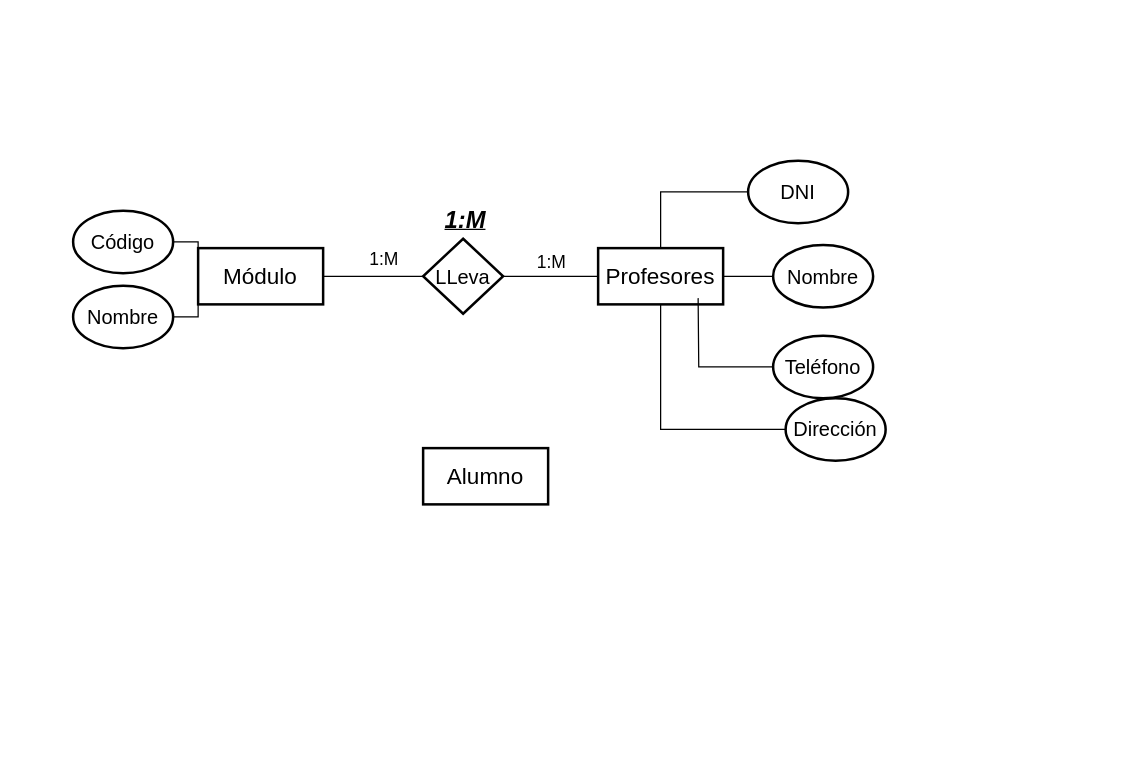
Above: page "Page-2" (2 of 3) of Leccion.drawio in NestorLozada/Periodo2020-2 (draw.io), before the change. Source tidied: cells renumbered, new cells numbered last; positions are measured from the earlier drawing's top-left corner, leaving out a move shared by most shapes. Both pictures are drawn from the tidied source at 125%, with x=0, y=0 at pixel (72, 160).
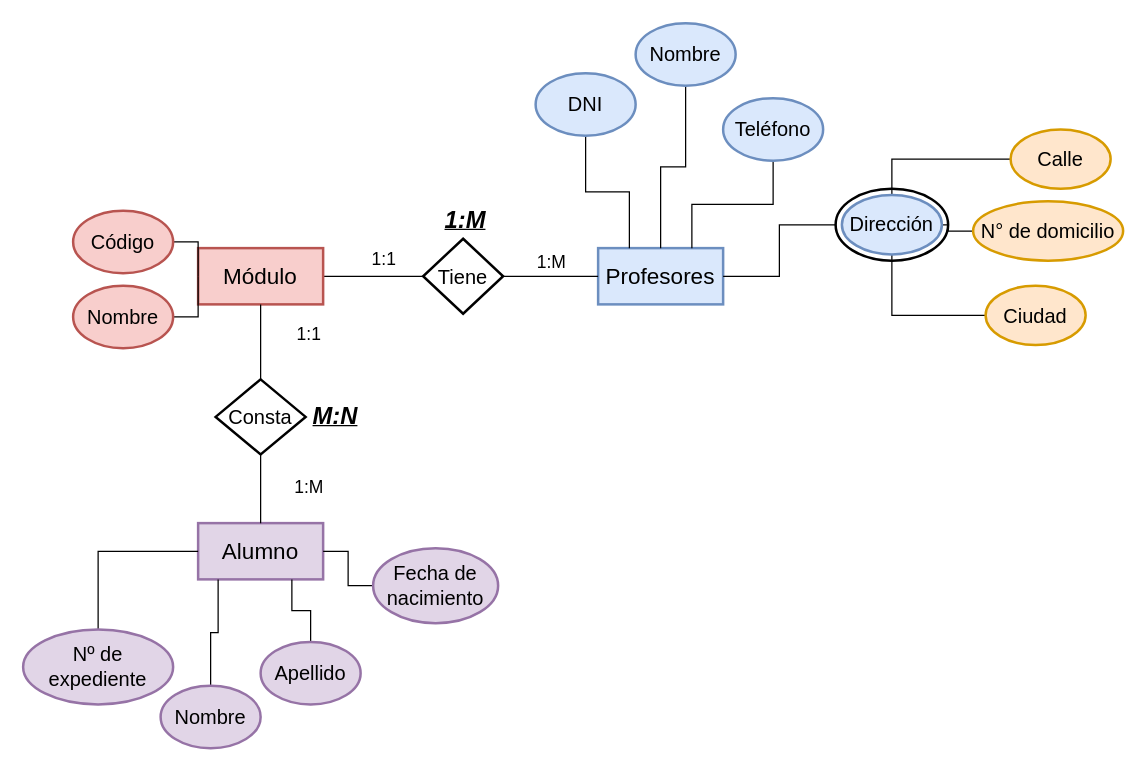
After the change.

Change to the diagram source:
```diff
@@
-    <mxCell id="2" value="Profesores" style="rounded=0;whiteSpace=wrap;html=1;fontSize=18;strokeWidth=2;" parent="1" vertex="1">
+    <mxCell id="2" value="Profesores" style="rounded=0;whiteSpace=wrap;html=1;fontSize=18;strokeWidth=2;fillColor=#dae8fc;strokeColor=#6c8ebf;" parent="1" vertex="1">
       <mxGeometry x="420" y="70" width="100" height="45" as="geometry" />
     </mxCell>
@@
-    <mxCell id="5" value="LLeva" style="rhombus;whiteSpace=wrap;html=1;fontSize=16;strokeWidth=2;" parent="1" vertex="1">
+    <mxCell id="5" value="Tiene" style="rhombus;whiteSpace=wrap;html=1;fontSize=16;strokeWidth=2;" parent="1" vertex="1">
       <mxGeometry x="280" y="62.5" width="64" height="60" as="geometry" />
     </mxCell>
@@
-    <mxCell id="7" value="Dirección" style="ellipse;whiteSpace=wrap;html=1;fontSize=16;strokeWidth=2;" parent="1" vertex="1">
-      <mxGeometry x="570" y="190" width="80" height="50" as="geometry" />
+    <mxCell id="7" style="ellipse;whiteSpace=wrap;html=1;fontSize=16;strokeWidth=2;" parent="1" vertex="1">
+      <mxGeometry x="610" y="22.5" width="90" height="57.5" as="geometry" />
     </mxCell>
-    <mxCell id="8" value="Alumno" style="rounded=0;whiteSpace=wrap;html=1;fontSize=18;strokeWidth=2;" parent="1" vertex="1">
-      <mxGeometry x="280" y="230" width="100" height="45" as="geometry" />
+    <mxCell id="8" value="Alumno" style="rounded=0;whiteSpace=wrap;html=1;fontSize=18;strokeWidth=2;fillColor=#e1d5e7;strokeColor=#9673a6;" parent="1" vertex="1">
+      <mxGeometry x="100" y="290" width="100" height="45" as="geometry" />
     </mxCell>
-    <mxCell id="9" value="Módulo" style="rounded=0;whiteSpace=wrap;html=1;fontSize=18;strokeWidth=2;" parent="1" vertex="1">
+    <mxCell id="9" value="Módulo" style="rounded=0;whiteSpace=wrap;html=1;fontSize=18;strokeWidth=2;fillColor=#f8cecc;strokeColor=#b85450;" parent="1" vertex="1">
       <mxGeometry x="100" y="70" width="100" height="45" as="geometry" />
     </mxCell>
@@
-    <mxCell id="11" value="Nombre" style="ellipse;whiteSpace=wrap;html=1;fontSize=16;strokeWidth=2;" parent="1" vertex="1">
-      <mxGeometry x="560" y="67.5" width="80" height="50" as="geometry" />
+    <mxCell id="11" value="Nombre" style="ellipse;whiteSpace=wrap;html=1;fontSize=16;strokeWidth=2;fillColor=#dae8fc;strokeColor=#6c8ebf;" parent="1" vertex="1">
+      <mxGeometry x="450" y="-110" width="80" height="50" as="geometry" />
     </mxCell>
-    <mxCell id="12" style="edgeStyle=orthogonalEdgeStyle;rounded=0;jettySize=auto;html=1;fontSize=14;endArrow=none;endFill=0;" parent="1" edge="1" source="13" target="2">
+    <mxCell id="12" style="edgeStyle=orthogonalEdgeStyle;rounded=0;jettySize=auto;html=1;fontSize=14;endArrow=none;endFill=0;entryX=0.25;entryY=0;entryDx=0;entryDy=0;" parent="1" edge="1" source="13" target="2">
       <mxGeometry relative="1" as="geometry" />
     </mxCell>
-    <mxCell id="13" value="DNI" style="ellipse;whiteSpace=wrap;html=1;fontSize=16;strokeWidth=2;" parent="1" vertex="1">
-      <mxGeometry x="540" width="80" height="50" as="geometry" />
+    <mxCell id="13" value="DNI" style="ellipse;whiteSpace=wrap;html=1;fontSize=16;strokeWidth=2;fillColor=#dae8fc;strokeColor=#6c8ebf;" parent="1" vertex="1">
+      <mxGeometry x="370" y="-70" width="80" height="50" as="geometry" />
     </mxCell>
@@
-    <mxCell id="15" value="Nombre" style="ellipse;whiteSpace=wrap;html=1;fontSize=16;strokeWidth=2;" parent="1" vertex="1">
+    <mxCell id="15" value="Nombre" style="ellipse;whiteSpace=wrap;html=1;fontSize=16;strokeWidth=2;fillColor=#f8cecc;strokeColor=#b85450;" parent="1" vertex="1">
       <mxGeometry y="100" width="80" height="50" as="geometry" />
     </mxCell>
@@
-    <mxCell id="17" value="Código" style="ellipse;whiteSpace=wrap;html=1;fontSize=16;strokeWidth=2;" parent="1" vertex="1">
+    <mxCell id="17" value="Código" style="ellipse;whiteSpace=wrap;html=1;fontSize=16;strokeWidth=2;fillColor=#f8cecc;strokeColor=#b85450;" parent="1" vertex="1">
       <mxGeometry y="40" width="80" height="50" as="geometry" />
     </mxCell>
-    <mxCell id="18" style="edgeStyle=orthogonalEdgeStyle;rounded=0;jettySize=auto;html=1;fontSize=14;endArrow=none;endFill=0;" parent="1" edge="1" source="19">
-      <mxGeometry relative="1" as="geometry">
-        <mxPoint x="500" y="110" as="targetPoint" />
-      </mxGeometry>
+    <mxCell id="18" style="edgeStyle=orthogonalEdgeStyle;rounded=0;jettySize=auto;html=1;fontSize=14;endArrow=none;endFill=0;entryX=0.75;entryY=0;entryDx=0;entryDy=0;" parent="1" edge="1" source="19" target="2">
+      <mxGeometry relative="1" as="geometry" />
     </mxCell>
-    <mxCell id="19" value="Teléfono" style="ellipse;whiteSpace=wrap;html=1;fontSize=16;strokeWidth=2;" parent="1" vertex="1">
-      <mxGeometry x="560" y="140" width="80" height="50" as="geometry" />
+    <mxCell id="19" value="Teléfono" style="ellipse;whiteSpace=wrap;html=1;fontSize=16;strokeWidth=2;fillColor=#dae8fc;strokeColor=#6c8ebf;" parent="1" vertex="1">
+      <mxGeometry x="520" y="-50" width="80" height="50" as="geometry" />
     </mxCell>
@@
-    <mxCell id="21" value="1:M" style="text;html=1;strokeColor=none;fillColor=none;align=center;verticalAlign=middle;whiteSpace=wrap;rounded=0;labelBackgroundColor=none;labelBorderColor=none;fontSize=14;" parent="1" vertex="1">
+    <mxCell id="21" value="1:1" style="text;html=1;strokeColor=none;fillColor=none;align=center;verticalAlign=middle;whiteSpace=wrap;rounded=0;labelBackgroundColor=none;labelBorderColor=none;fontSize=14;" parent="1" vertex="1">
       <mxGeometry x="220" y="67.5" width="58" height="22.5" as="geometry" />
     </mxCell>
@@
+    <mxCell id="23" style="edgeStyle=orthogonalEdgeStyle;rounded=0;jettySize=auto;html=1;endArrow=none;endFill=0;entryX=0;entryY=0.5;entryDx=0;entryDy=0;exitX=0.5;exitY=0;exitDx=0;exitDy=0;" parent="1" edge="1" source="24" target="8">
+      <mxGeometry relative="1" as="geometry" />
+    </mxCell>
+    <mxCell id="24" value="Nº de expediente" style="ellipse;whiteSpace=wrap;html=1;fontSize=16;strokeWidth=2;fillColor=#e1d5e7;strokeColor=#9673a6;" parent="1" vertex="1">
+      <mxGeometry x="-40" y="375" width="120" height="60" as="geometry" />
+    </mxCell>
+    <mxCell id="25" style="edgeStyle=orthogonalEdgeStyle;rounded=0;jettySize=auto;html=1;endArrow=none;endFill=0;entryX=0.75;entryY=1;entryDx=0;entryDy=0;" parent="1" edge="1" source="26" target="8">
+      <mxGeometry relative="1" as="geometry" />
+    </mxCell>
+    <mxCell id="26" value="Apellido" style="ellipse;whiteSpace=wrap;html=1;fontSize=16;strokeWidth=2;fillColor=#e1d5e7;strokeColor=#9673a6;" parent="1" vertex="1">
+      <mxGeometry x="150" y="385" width="80" height="50" as="geometry" />
+    </mxCell>
+    <mxCell id="27" style="edgeStyle=orthogonalEdgeStyle;rounded=0;jettySize=auto;html=1;endArrow=none;endFill=0;entryX=0.16;entryY=1;entryDx=0;entryDy=0;entryPerimeter=0;" parent="1" edge="1" source="28" target="8">
+      <mxGeometry relative="1" as="geometry" />
+    </mxCell>
+    <mxCell id="28" value="Nombre" style="ellipse;whiteSpace=wrap;html=1;fontSize=16;strokeWidth=2;fillColor=#e1d5e7;strokeColor=#9673a6;" parent="1" vertex="1">
+      <mxGeometry x="70" y="420" width="80" height="50" as="geometry" />
+    </mxCell>
+    <mxCell id="29" style="edgeStyle=orthogonalEdgeStyle;rounded=0;jettySize=auto;html=1;endArrow=none;endFill=0;" parent="1" edge="1" source="30" target="8">
+      <mxGeometry relative="1" as="geometry" />
+    </mxCell>
+    <mxCell id="30" value="Fecha de nacimiento" style="ellipse;whiteSpace=wrap;html=1;fontSize=16;strokeWidth=2;fillColor=#e1d5e7;strokeColor=#9673a6;" parent="1" vertex="1">
+      <mxGeometry x="240" y="310" width="100" height="60" as="geometry" />
+    </mxCell>
+    <mxCell id="31" style="edgeStyle=orthogonalEdgeStyle;rounded=0;jettySize=auto;html=1;endArrow=none;endFill=0;" parent="1" edge="1" source="33" target="8">
+      <mxGeometry relative="1" as="geometry" />
+    </mxCell>
+    <mxCell id="32" style="edgeStyle=orthogonalEdgeStyle;rounded=0;jettySize=auto;html=1;endArrow=none;endFill=0;" parent="1" edge="1" source="33" target="9">
+      <mxGeometry relative="1" as="geometry" />
+    </mxCell>
+    <mxCell id="33" value="Consta" style="rhombus;whiteSpace=wrap;html=1;fontSize=16;strokeWidth=2;" parent="1" vertex="1">
+      <mxGeometry x="114" y="175" width="72" height="60" as="geometry" />
+    </mxCell>
+    <mxCell id="34" value="M:N" style="text;html=1;strokeColor=none;fillColor=none;align=center;verticalAlign=middle;whiteSpace=wrap;rounded=0;fontSize=19;labelBackgroundColor=default;labelBorderColor=none;fontStyle=7;" parent="1" vertex="1">
+      <mxGeometry x="180" y="190" width="60" height="30" as="geometry" />
+    </mxCell>
+    <mxCell id="35" value="1:1" style="text;html=1;strokeColor=none;fillColor=none;align=center;verticalAlign=middle;whiteSpace=wrap;rounded=0;labelBackgroundColor=none;labelBorderColor=none;fontSize=14;" parent="1" vertex="1">
+      <mxGeometry x="160" y="127.5" width="58" height="22.5" as="geometry" />
+    </mxCell>
+    <mxCell id="36" value="1:M" style="text;html=1;strokeColor=none;fillColor=none;align=center;verticalAlign=middle;whiteSpace=wrap;rounded=0;labelBackgroundColor=none;labelBorderColor=none;fontSize=14;" parent="1" vertex="1">
+      <mxGeometry x="160" y="250" width="58" height="22.5" as="geometry" />
+    </mxCell>
+    <mxCell id="37" style="edgeStyle=orthogonalEdgeStyle;rounded=0;jettySize=auto;html=1;endArrow=none;endFill=0;" parent="1" edge="1" source="38" target="43">
+      <mxGeometry relative="1" as="geometry" />
+    </mxCell>
+    <mxCell id="38" value="Calle" style="ellipse;whiteSpace=wrap;html=1;fontSize=16;strokeWidth=2;fillColor=#ffe6cc;strokeColor=#d79b00;" parent="1" vertex="1">
+      <mxGeometry x="750" y="-25" width="80" height="47.5" as="geometry" />
+    </mxCell>
+    <mxCell id="39" style="edgeStyle=orthogonalEdgeStyle;rounded=0;jettySize=auto;html=1;endArrow=none;endFill=0;" parent="1" edge="1" source="40" target="43">
+      <mxGeometry relative="1" as="geometry" />
+    </mxCell>
+    <mxCell id="40" value="N° de domicilio" style="ellipse;whiteSpace=wrap;html=1;fontSize=16;strokeWidth=2;fillColor=#ffe6cc;strokeColor=#d79b00;" parent="1" vertex="1">
+      <mxGeometry x="720" y="32.5" width="120" height="47.5" as="geometry" />
+    </mxCell>
+    <mxCell id="41" style="edgeStyle=orthogonalEdgeStyle;rounded=0;jettySize=auto;html=1;endArrow=none;endFill=0;" parent="1" edge="1" source="42" target="43">
+      <mxGeometry relative="1" as="geometry" />
+    </mxCell>
+    <mxCell id="42" value="Ciudad" style="ellipse;whiteSpace=wrap;html=1;fontSize=16;strokeWidth=2;fillColor=#ffe6cc;strokeColor=#d79b00;" parent="1" vertex="1">
+      <mxGeometry x="730" y="100" width="80" height="47.5" as="geometry" />
+    </mxCell>
+    <mxCell id="43" value="Dirección" style="ellipse;whiteSpace=wrap;html=1;fontSize=16;strokeWidth=2;fillColor=#dae8fc;strokeColor=#6c8ebf;" parent="1" vertex="1">
+      <mxGeometry x="615" y="27.5" width="80" height="47.5" as="geometry" />
+    </mxCell>
```
